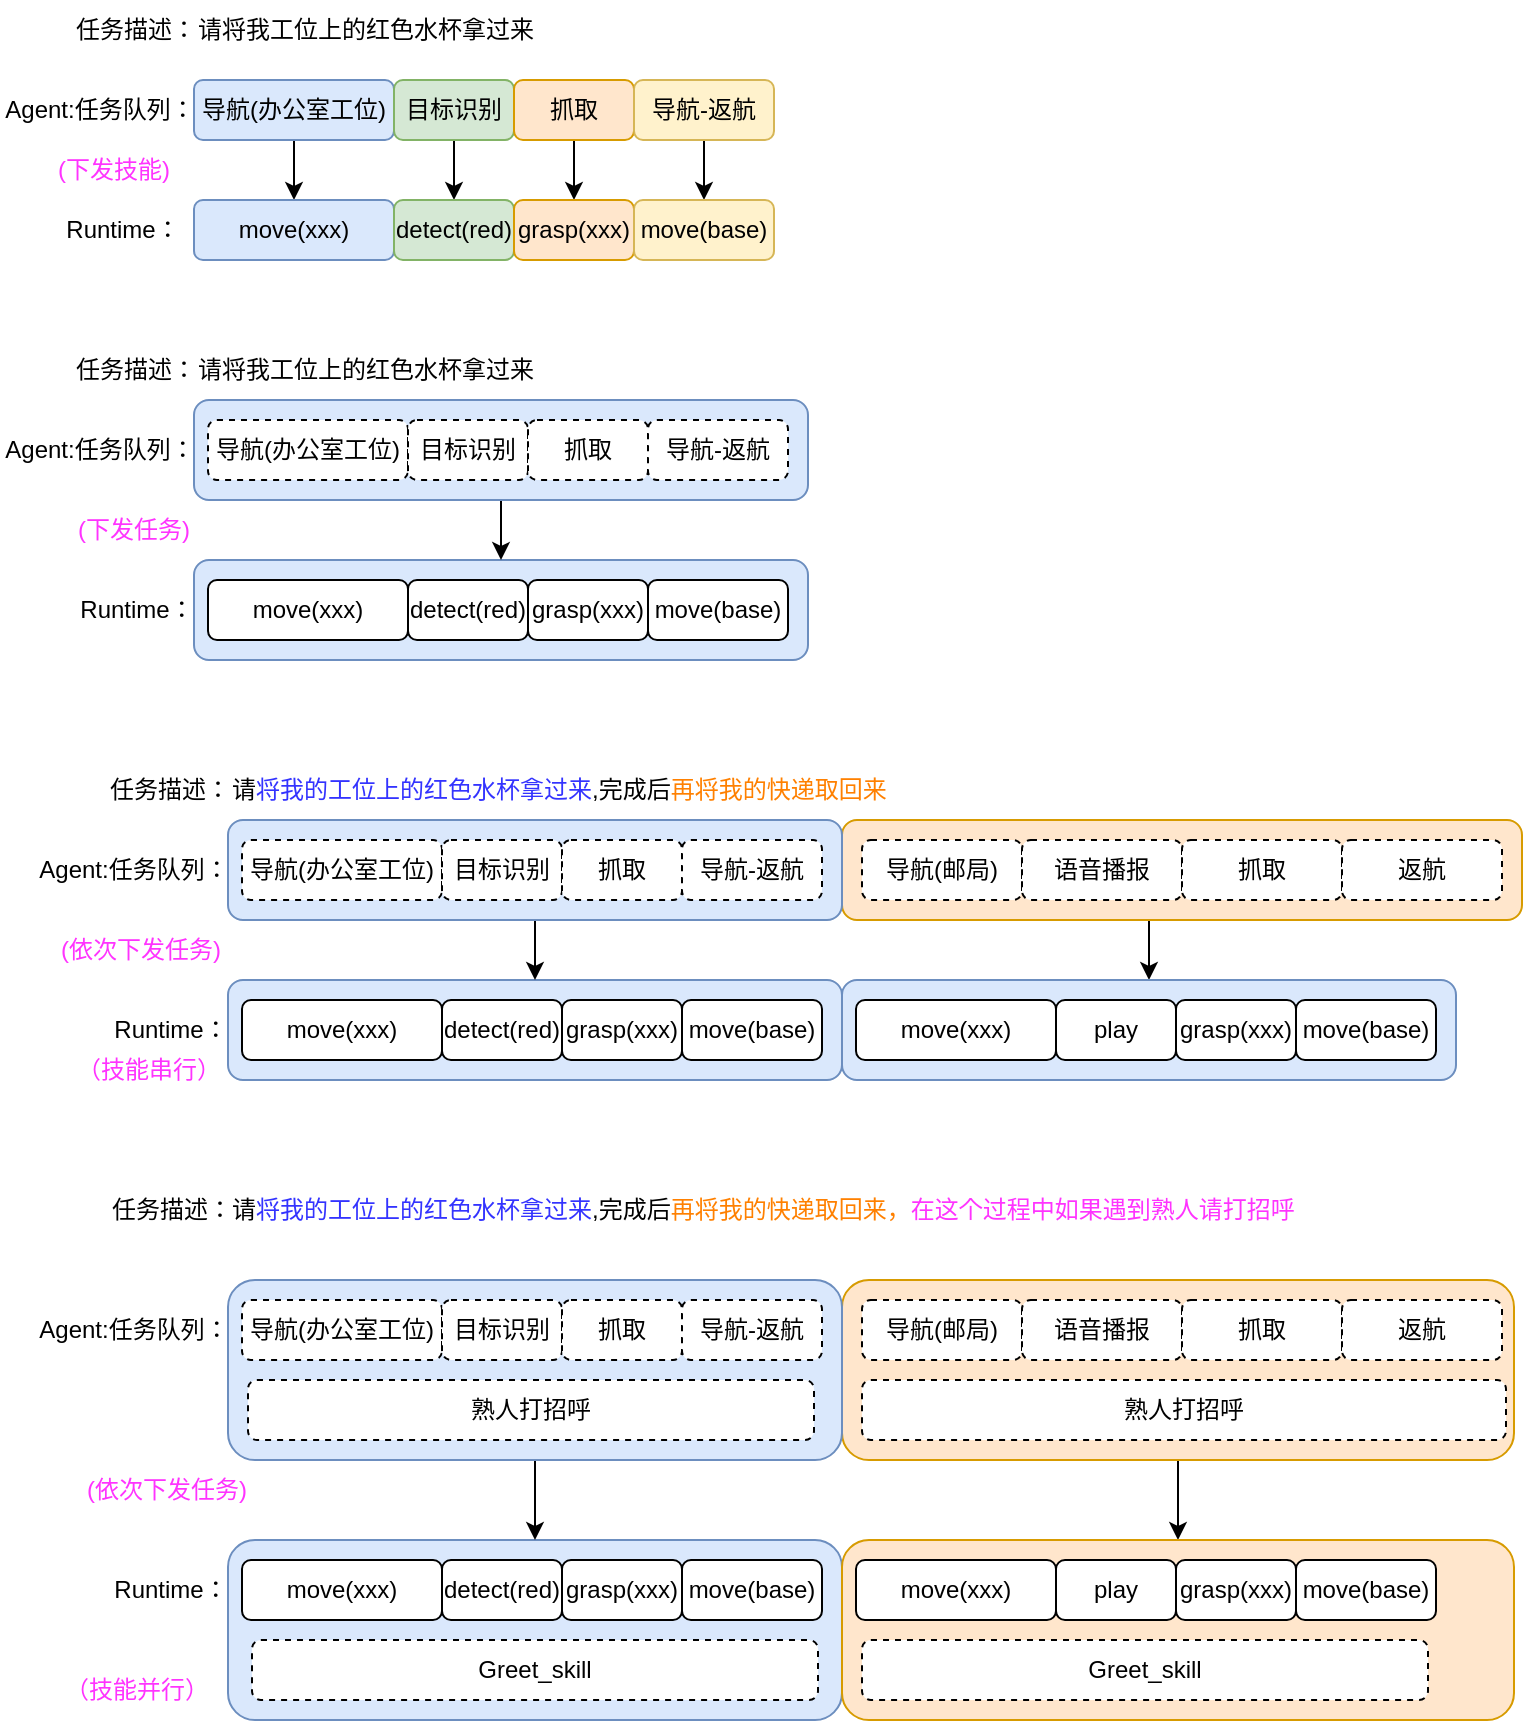
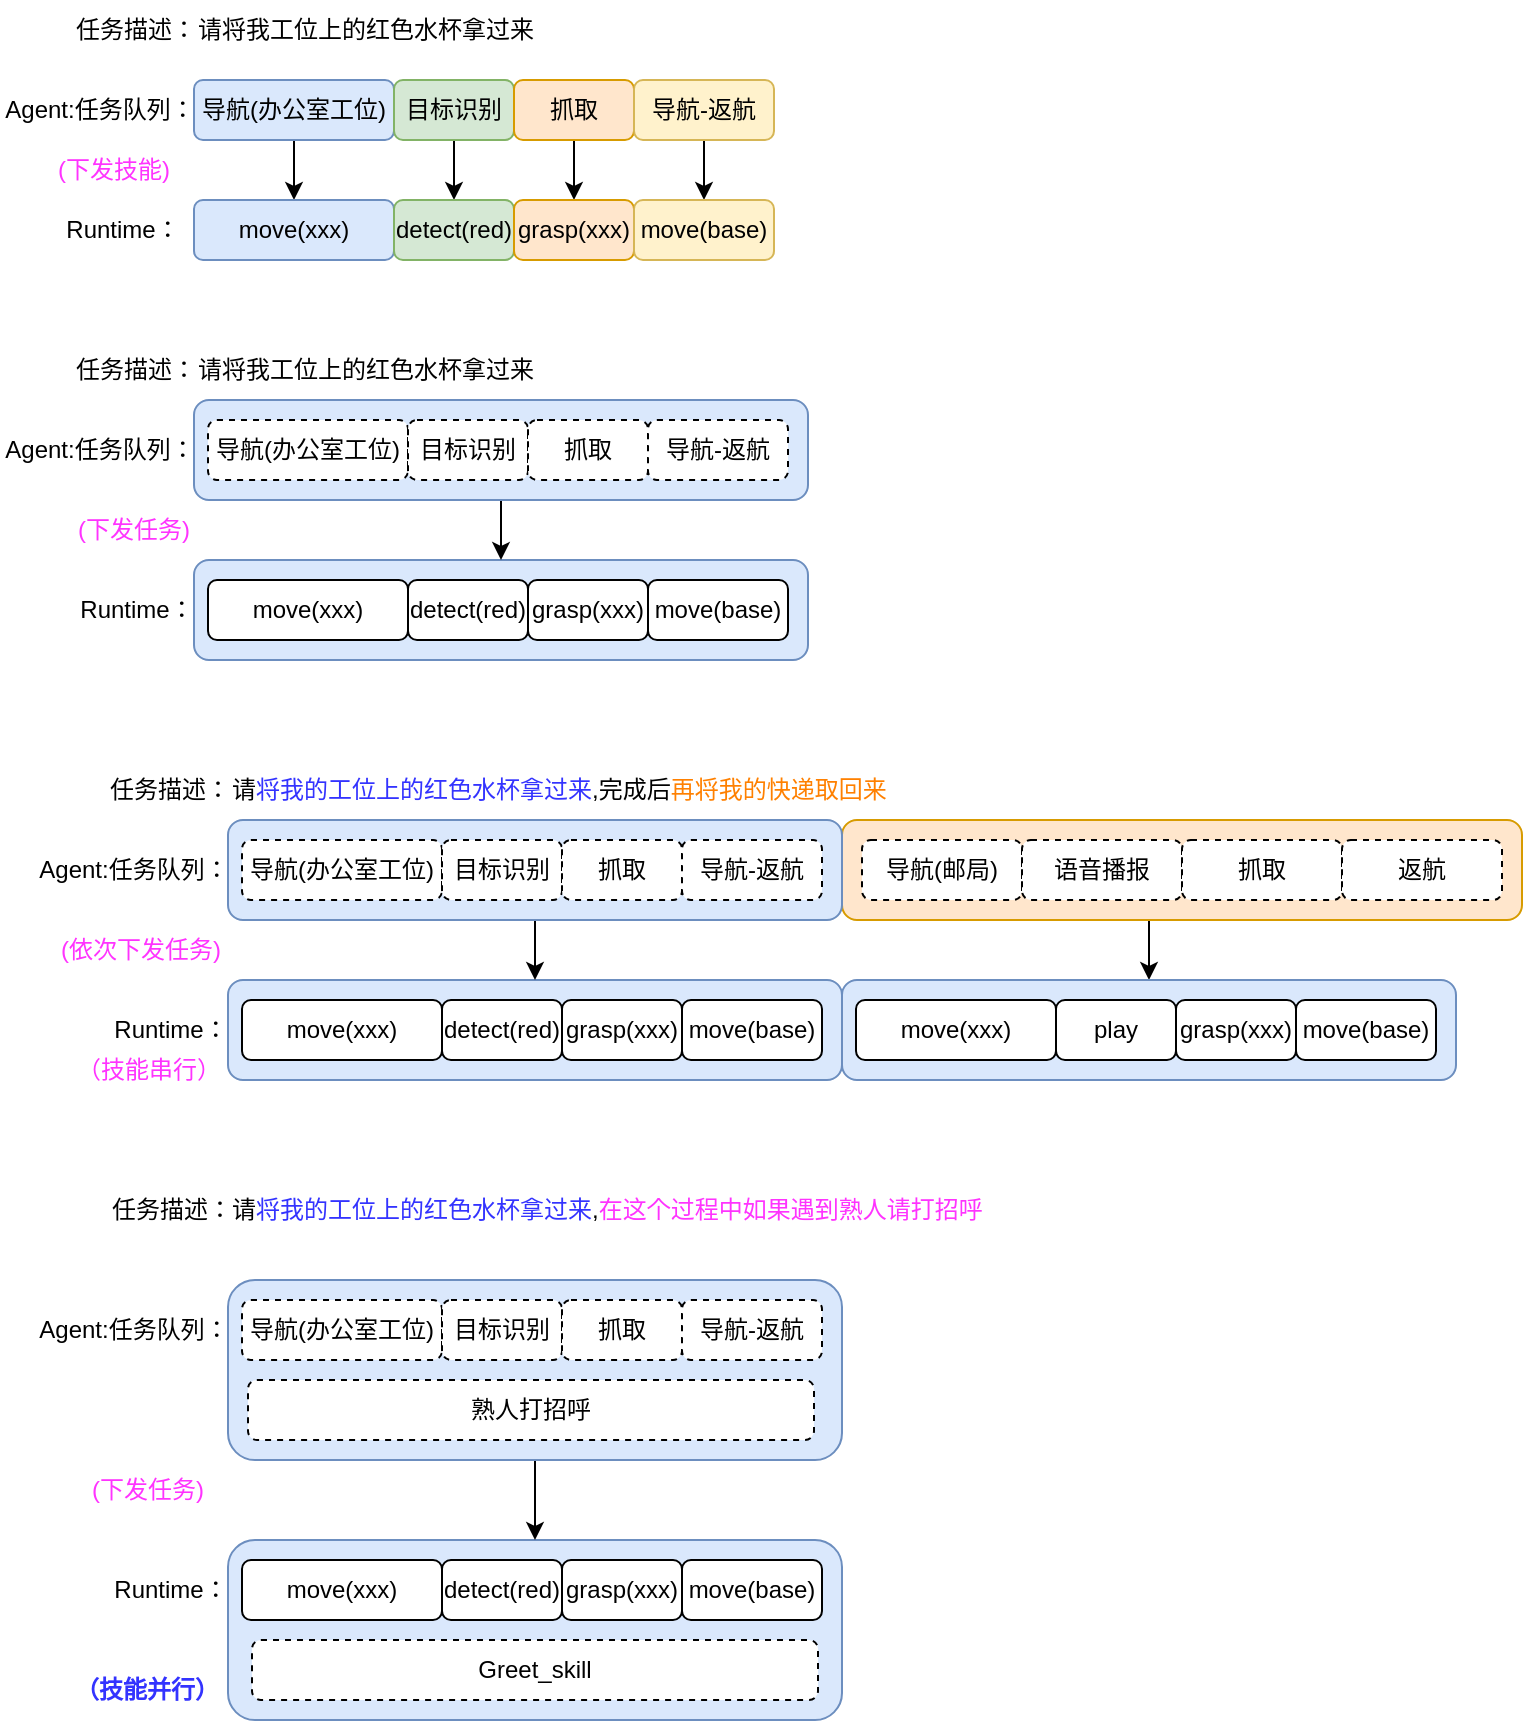
<mxfile host="app.diagrams.net">
  <diagram name="第 1 页" id="AqDmRzZVIJ-5uyctXJOA">
    <mxGraphModel dx="1120" dy="637" grid="1" gridSize="10" guides="1" tooltips="1" connect="1" arrows="1" fold="1" page="1" pageScale="1" pageWidth="2339" pageHeight="3300" math="0" shadow="0">
      <root>
        <mxCell id="0" />
        <mxCell id="1" parent="0" />
        <mxCell id="TX6EBbOIm9mCNyf-wsjQ-69" edge="1" parent="1" source="TX6EBbOIm9mCNyf-wsjQ-63" style="edgeStyle=orthogonalEdgeStyle;rounded=0;orthogonalLoop=1;jettySize=auto;html=1;exitX=0.5;exitY=1;exitDx=0;exitDy=0;entryX=0.5;entryY=0;entryDx=0;entryDy=0;" target="TX6EBbOIm9mCNyf-wsjQ-64">
          <mxGeometry relative="1" as="geometry" />
        </mxCell>
        <mxCell id="TX6EBbOIm9mCNyf-wsjQ-63" parent="1" style="rounded=1;whiteSpace=wrap;html=1;fillColor=#ffe6cc;strokeColor=#d79b00;" value="" vertex="1">
          <mxGeometry height="50" width="340" x="444" y="740" as="geometry" />
        </mxCell>
        <mxCell id="TX6EBbOIm9mCNyf-wsjQ-37" parent="1" style="rounded=1;whiteSpace=wrap;html=1;fillColor=#dae8fc;strokeColor=#6c8ebf;" value="" vertex="1">
          <mxGeometry height="50" width="307" x="120" y="610" as="geometry" />
        </mxCell>
        <mxCell id="TX6EBbOIm9mCNyf-wsjQ-38" edge="1" parent="1" source="TX6EBbOIm9mCNyf-wsjQ-36" style="edgeStyle=orthogonalEdgeStyle;rounded=0;orthogonalLoop=1;jettySize=auto;html=1;exitX=0.5;exitY=1;exitDx=0;exitDy=0;entryX=0.5;entryY=0;entryDx=0;entryDy=0;" target="TX6EBbOIm9mCNyf-wsjQ-37">
          <mxGeometry relative="1" as="geometry" />
        </mxCell>
        <mxCell id="TX6EBbOIm9mCNyf-wsjQ-36" parent="1" style="rounded=1;whiteSpace=wrap;html=1;fillColor=#dae8fc;strokeColor=#6c8ebf;" value="" vertex="1">
          <mxGeometry height="50" width="307" x="120" y="530" as="geometry" />
        </mxCell>
        <mxCell id="TX6EBbOIm9mCNyf-wsjQ-15" edge="1" parent="1" source="TX6EBbOIm9mCNyf-wsjQ-1" style="edgeStyle=orthogonalEdgeStyle;rounded=0;orthogonalLoop=1;jettySize=auto;html=1;exitX=0.5;exitY=1;exitDx=0;exitDy=0;entryX=0.5;entryY=0;entryDx=0;entryDy=0;" target="TX6EBbOIm9mCNyf-wsjQ-11">
          <mxGeometry relative="1" as="geometry" />
        </mxCell>
        <mxCell id="TX6EBbOIm9mCNyf-wsjQ-1" parent="1" style="rounded=1;whiteSpace=wrap;html=1;fillColor=#dae8fc;strokeColor=#6c8ebf;" value="导航(办公室工位)" vertex="1">
          <mxGeometry height="30" width="100" x="120" y="370" as="geometry" />
        </mxCell>
        <mxCell id="TX6EBbOIm9mCNyf-wsjQ-2" parent="1" style="text;html=1;whiteSpace=wrap;strokeColor=none;fillColor=none;align=center;verticalAlign=middle;rounded=0;" value="Agent:任务队列：" vertex="1">
          <mxGeometry height="30" width="100" x="23" y="370" as="geometry" />
        </mxCell>
        <mxCell id="TX6EBbOIm9mCNyf-wsjQ-3" parent="1" style="text;html=1;whiteSpace=wrap;strokeColor=none;fillColor=none;align=center;verticalAlign=middle;rounded=0;" value="任务描述：" vertex="1">
          <mxGeometry height="30" width="70" x="56" y="330" as="geometry" />
        </mxCell>
        <mxCell id="TX6EBbOIm9mCNyf-wsjQ-4" parent="1" style="text;html=1;whiteSpace=wrap;strokeColor=none;fillColor=none;align=left;verticalAlign=middle;rounded=0;" value="请将我工位上的红色水杯拿过来" vertex="1">
          <mxGeometry height="30" width="220" x="120" y="330" as="geometry" />
        </mxCell>
        <mxCell id="TX6EBbOIm9mCNyf-wsjQ-16" edge="1" parent="1" source="TX6EBbOIm9mCNyf-wsjQ-5" style="edgeStyle=orthogonalEdgeStyle;rounded=0;orthogonalLoop=1;jettySize=auto;html=1;exitX=0.5;exitY=1;exitDx=0;exitDy=0;entryX=0.5;entryY=0;entryDx=0;entryDy=0;" target="TX6EBbOIm9mCNyf-wsjQ-12">
          <mxGeometry relative="1" as="geometry" />
        </mxCell>
        <mxCell id="TX6EBbOIm9mCNyf-wsjQ-5" parent="1" style="rounded=1;whiteSpace=wrap;html=1;fillColor=#d5e8d4;strokeColor=#82b366;" value="目标识别" vertex="1">
          <mxGeometry height="30" width="60" x="220" y="370" as="geometry" />
        </mxCell>
        <mxCell id="TX6EBbOIm9mCNyf-wsjQ-17" edge="1" parent="1" source="TX6EBbOIm9mCNyf-wsjQ-6" style="edgeStyle=orthogonalEdgeStyle;rounded=0;orthogonalLoop=1;jettySize=auto;html=1;exitX=0.5;exitY=1;exitDx=0;exitDy=0;entryX=0.5;entryY=0;entryDx=0;entryDy=0;" target="TX6EBbOIm9mCNyf-wsjQ-13">
          <mxGeometry relative="1" as="geometry" />
        </mxCell>
        <mxCell id="TX6EBbOIm9mCNyf-wsjQ-6" parent="1" style="rounded=1;whiteSpace=wrap;html=1;fillColor=#ffe6cc;strokeColor=#d79b00;" value="抓取" vertex="1">
          <mxGeometry height="30" width="60" x="280" y="370" as="geometry" />
        </mxCell>
        <mxCell id="TX6EBbOIm9mCNyf-wsjQ-18" edge="1" parent="1" source="TX6EBbOIm9mCNyf-wsjQ-7" style="edgeStyle=orthogonalEdgeStyle;rounded=0;orthogonalLoop=1;jettySize=auto;html=1;exitX=0.5;exitY=1;exitDx=0;exitDy=0;entryX=0.5;entryY=0;entryDx=0;entryDy=0;" target="TX6EBbOIm9mCNyf-wsjQ-14">
          <mxGeometry relative="1" as="geometry" />
        </mxCell>
        <mxCell id="TX6EBbOIm9mCNyf-wsjQ-7" parent="1" style="rounded=1;whiteSpace=wrap;html=1;fillColor=#fff2cc;strokeColor=#d6b656;" value="导航-返航" vertex="1">
          <mxGeometry height="30" width="70" x="340" y="370" as="geometry" />
        </mxCell>
        <mxCell id="TX6EBbOIm9mCNyf-wsjQ-8" parent="1" style="text;html=1;whiteSpace=wrap;strokeColor=none;fillColor=none;align=center;verticalAlign=middle;rounded=0;" value="Runtime：" vertex="1">
          <mxGeometry height="30" width="57" x="56" y="430" as="geometry" />
        </mxCell>
        <mxCell id="TX6EBbOIm9mCNyf-wsjQ-11" parent="1" style="rounded=1;whiteSpace=wrap;html=1;fillColor=#dae8fc;strokeColor=#6c8ebf;" value="move(xxx)" vertex="1">
          <mxGeometry height="30" width="100" x="120" y="430" as="geometry" />
        </mxCell>
        <mxCell id="TX6EBbOIm9mCNyf-wsjQ-12" parent="1" style="rounded=1;whiteSpace=wrap;html=1;fillColor=#d5e8d4;strokeColor=#82b366;" value="detect(red)" vertex="1">
          <mxGeometry height="30" width="60" x="220" y="430" as="geometry" />
        </mxCell>
        <mxCell id="TX6EBbOIm9mCNyf-wsjQ-13" parent="1" style="rounded=1;whiteSpace=wrap;html=1;fillColor=#ffe6cc;strokeColor=#d79b00;" value="grasp(xxx)" vertex="1">
          <mxGeometry height="30" width="60" x="280" y="430" as="geometry" />
        </mxCell>
        <mxCell id="TX6EBbOIm9mCNyf-wsjQ-14" parent="1" style="rounded=1;whiteSpace=wrap;html=1;fillColor=#fff2cc;strokeColor=#d6b656;" value="move(base)" vertex="1">
          <mxGeometry height="30" width="70" x="340" y="430" as="geometry" />
        </mxCell>
        <mxCell id="TX6EBbOIm9mCNyf-wsjQ-19" parent="1" style="text;html=1;whiteSpace=wrap;strokeColor=none;fillColor=none;align=left;verticalAlign=middle;rounded=0;" value="请将我工位上的红色水杯拿过来" vertex="1">
          <mxGeometry height="30" width="220" x="120" y="500" as="geometry" />
        </mxCell>
        <mxCell id="TX6EBbOIm9mCNyf-wsjQ-20" parent="1" style="text;html=1;whiteSpace=wrap;strokeColor=none;fillColor=none;align=center;verticalAlign=middle;rounded=0;" value="任务描述：" vertex="1">
          <mxGeometry height="30" width="70" x="56" y="500" as="geometry" />
        </mxCell>
        <mxCell id="TX6EBbOIm9mCNyf-wsjQ-22" parent="1" style="rounded=1;whiteSpace=wrap;html=1;dashed=1;" value="导航(办公室工位)" vertex="1">
          <mxGeometry height="30" width="100" x="127" y="540" as="geometry" />
        </mxCell>
        <mxCell id="TX6EBbOIm9mCNyf-wsjQ-23" parent="1" style="text;html=1;whiteSpace=wrap;strokeColor=none;fillColor=none;align=center;verticalAlign=middle;rounded=0;" value="Agent:任务队列：" vertex="1">
          <mxGeometry height="30" width="100" x="23" y="540" as="geometry" />
        </mxCell>
        <mxCell id="TX6EBbOIm9mCNyf-wsjQ-25" parent="1" style="rounded=1;whiteSpace=wrap;html=1;dashed=1;" value="目标识别" vertex="1">
          <mxGeometry height="30" width="60" x="227" y="540" as="geometry" />
        </mxCell>
        <mxCell id="TX6EBbOIm9mCNyf-wsjQ-27" parent="1" style="rounded=1;whiteSpace=wrap;html=1;dashed=1;" value="抓取" vertex="1">
          <mxGeometry height="30" width="60" x="287" y="540" as="geometry" />
        </mxCell>
        <mxCell id="TX6EBbOIm9mCNyf-wsjQ-29" parent="1" style="rounded=1;whiteSpace=wrap;html=1;dashed=1;" value="导航-返航" vertex="1">
          <mxGeometry height="30" width="70" x="347" y="540" as="geometry" />
        </mxCell>
        <mxCell id="TX6EBbOIm9mCNyf-wsjQ-30" parent="1" style="text;html=1;whiteSpace=wrap;strokeColor=none;fillColor=none;align=center;verticalAlign=middle;rounded=0;" value="Runtime：" vertex="1">
          <mxGeometry height="30" width="57" x="62.5" y="620" as="geometry" />
        </mxCell>
        <mxCell id="TX6EBbOIm9mCNyf-wsjQ-31" parent="1" style="rounded=1;whiteSpace=wrap;html=1;" value="move(xxx)" vertex="1">
          <mxGeometry height="30" width="100" x="127" y="620" as="geometry" />
        </mxCell>
        <mxCell id="TX6EBbOIm9mCNyf-wsjQ-32" parent="1" style="rounded=1;whiteSpace=wrap;html=1;" value="detect(red)" vertex="1">
          <mxGeometry height="30" width="60" x="227" y="620" as="geometry" />
        </mxCell>
        <mxCell id="TX6EBbOIm9mCNyf-wsjQ-33" parent="1" style="rounded=1;whiteSpace=wrap;html=1;" value="grasp(xxx)" vertex="1">
          <mxGeometry height="30" width="60" x="287" y="620" as="geometry" />
        </mxCell>
        <mxCell id="TX6EBbOIm9mCNyf-wsjQ-34" parent="1" style="rounded=1;whiteSpace=wrap;html=1;" value="move(base)" vertex="1">
          <mxGeometry height="30" width="70" x="347" y="620" as="geometry" />
        </mxCell>
        <mxCell id="TX6EBbOIm9mCNyf-wsjQ-35" parent="1" style="text;html=1;whiteSpace=wrap;strokeColor=none;fillColor=none;align=center;verticalAlign=middle;rounded=0;fontColor=#FF33FF;" value="(下发技能)" vertex="1">
          <mxGeometry height="30" width="60" x="50" y="400" as="geometry" />
        </mxCell>
        <mxCell id="TX6EBbOIm9mCNyf-wsjQ-39" parent="1" style="text;html=1;whiteSpace=wrap;strokeColor=none;fillColor=none;align=center;verticalAlign=middle;rounded=0;fontColor=#FF33FF;" value="(下发任务)" vertex="1">
          <mxGeometry height="30" width="60" x="59.5" y="580" as="geometry" />
        </mxCell>
        <mxCell id="TX6EBbOIm9mCNyf-wsjQ-40" parent="1" style="rounded=1;whiteSpace=wrap;html=1;fillColor=#dae8fc;strokeColor=#6c8ebf;" value="" vertex="1">
          <mxGeometry height="50" width="307" x="137" y="820" as="geometry" />
        </mxCell>
        <mxCell id="TX6EBbOIm9mCNyf-wsjQ-41" edge="1" parent="1" source="TX6EBbOIm9mCNyf-wsjQ-42" style="edgeStyle=orthogonalEdgeStyle;rounded=0;orthogonalLoop=1;jettySize=auto;html=1;exitX=0.5;exitY=1;exitDx=0;exitDy=0;entryX=0.5;entryY=0;entryDx=0;entryDy=0;" target="TX6EBbOIm9mCNyf-wsjQ-40">
          <mxGeometry relative="1" as="geometry" />
        </mxCell>
        <mxCell id="TX6EBbOIm9mCNyf-wsjQ-42" parent="1" style="rounded=1;whiteSpace=wrap;html=1;fillColor=#dae8fc;strokeColor=#6c8ebf;" value="" vertex="1">
          <mxGeometry height="50" width="307" x="137" y="740" as="geometry" />
        </mxCell>
        <mxCell id="TX6EBbOIm9mCNyf-wsjQ-43" parent="1" style="text;html=1;whiteSpace=wrap;strokeColor=none;fillColor=none;align=left;verticalAlign=middle;rounded=0;" value="请&lt;font style=&quot;color: rgb(51, 51, 255);&quot;&gt;将我的工位上的红色水杯拿过来&lt;/font&gt;,完成后&lt;font style=&quot;color: rgb(255, 128, 0);&quot;&gt;再将我的快递取回来&lt;/font&gt;" vertex="1">
          <mxGeometry height="30" width="373" x="137" y="710" as="geometry" />
        </mxCell>
        <mxCell id="TX6EBbOIm9mCNyf-wsjQ-44" parent="1" style="text;html=1;whiteSpace=wrap;strokeColor=none;fillColor=none;align=center;verticalAlign=middle;rounded=0;" value="任务描述：" vertex="1">
          <mxGeometry height="30" width="70" x="73" y="710" as="geometry" />
        </mxCell>
        <mxCell id="TX6EBbOIm9mCNyf-wsjQ-45" parent="1" style="rounded=1;whiteSpace=wrap;html=1;dashed=1;" value="导航(办公室工位)" vertex="1">
          <mxGeometry height="30" width="100" x="144" y="750" as="geometry" />
        </mxCell>
        <mxCell id="TX6EBbOIm9mCNyf-wsjQ-46" parent="1" style="text;html=1;whiteSpace=wrap;strokeColor=none;fillColor=none;align=center;verticalAlign=middle;rounded=0;" value="Agent:任务队列：" vertex="1">
          <mxGeometry height="30" width="100" x="40" y="750" as="geometry" />
        </mxCell>
        <mxCell id="TX6EBbOIm9mCNyf-wsjQ-47" parent="1" style="rounded=1;whiteSpace=wrap;html=1;dashed=1;" value="目标识别" vertex="1">
          <mxGeometry height="30" width="60" x="244" y="750" as="geometry" />
        </mxCell>
        <mxCell id="TX6EBbOIm9mCNyf-wsjQ-48" parent="1" style="rounded=1;whiteSpace=wrap;html=1;dashed=1;" value="抓取" vertex="1">
          <mxGeometry height="30" width="60" x="304" y="750" as="geometry" />
        </mxCell>
        <mxCell id="TX6EBbOIm9mCNyf-wsjQ-49" parent="1" style="rounded=1;whiteSpace=wrap;html=1;dashed=1;" value="导航-返航" vertex="1">
          <mxGeometry height="30" width="70" x="364" y="750" as="geometry" />
        </mxCell>
        <mxCell id="TX6EBbOIm9mCNyf-wsjQ-50" parent="1" style="text;html=1;whiteSpace=wrap;strokeColor=none;fillColor=none;align=center;verticalAlign=middle;rounded=0;" value="Runtime：" vertex="1">
          <mxGeometry height="30" width="57" x="79.5" y="830" as="geometry" />
        </mxCell>
        <mxCell id="TX6EBbOIm9mCNyf-wsjQ-51" parent="1" style="rounded=1;whiteSpace=wrap;html=1;" value="move(xxx)" vertex="1">
          <mxGeometry height="30" width="100" x="144" y="830" as="geometry" />
        </mxCell>
        <mxCell id="TX6EBbOIm9mCNyf-wsjQ-52" parent="1" style="rounded=1;whiteSpace=wrap;html=1;" value="detect(red)" vertex="1">
          <mxGeometry height="30" width="60" x="244" y="830" as="geometry" />
        </mxCell>
        <mxCell id="TX6EBbOIm9mCNyf-wsjQ-53" parent="1" style="rounded=1;whiteSpace=wrap;html=1;" value="grasp(xxx)" vertex="1">
          <mxGeometry height="30" width="60" x="304" y="830" as="geometry" />
        </mxCell>
        <mxCell id="TX6EBbOIm9mCNyf-wsjQ-54" parent="1" style="rounded=1;whiteSpace=wrap;html=1;" value="move(base)" vertex="1">
          <mxGeometry height="30" width="70" x="364" y="830" as="geometry" />
        </mxCell>
        <mxCell id="TX6EBbOIm9mCNyf-wsjQ-55" parent="1" style="text;html=1;whiteSpace=wrap;strokeColor=none;fillColor=none;align=center;verticalAlign=middle;rounded=0;fontColor=#FF33FF;" value="(依次下发任务)" vertex="1">
          <mxGeometry height="30" width="86.5" x="50" y="790" as="geometry" />
        </mxCell>
        <mxCell id="TX6EBbOIm9mCNyf-wsjQ-56" parent="1" style="rounded=1;whiteSpace=wrap;html=1;dashed=1;" value="导航(邮局)" vertex="1">
          <mxGeometry height="30" width="80" x="454" y="750" as="geometry" />
        </mxCell>
        <mxCell id="TX6EBbOIm9mCNyf-wsjQ-60" parent="1" style="rounded=1;whiteSpace=wrap;html=1;dashed=1;" value="语音播报" vertex="1">
          <mxGeometry height="30" width="80" x="534" y="750" as="geometry" />
        </mxCell>
        <mxCell id="TX6EBbOIm9mCNyf-wsjQ-61" parent="1" style="rounded=1;whiteSpace=wrap;html=1;dashed=1;" value="抓取" vertex="1">
          <mxGeometry height="30" width="80" x="614" y="750" as="geometry" />
        </mxCell>
        <mxCell id="TX6EBbOIm9mCNyf-wsjQ-62" parent="1" style="rounded=1;whiteSpace=wrap;html=1;dashed=1;" value="返航" vertex="1">
          <mxGeometry height="30" width="80" x="694" y="750" as="geometry" />
        </mxCell>
        <mxCell id="TX6EBbOIm9mCNyf-wsjQ-64" parent="1" style="rounded=1;whiteSpace=wrap;html=1;fillColor=#dae8fc;strokeColor=#6c8ebf;" value="" vertex="1">
          <mxGeometry height="50" width="307" x="444" y="820" as="geometry" />
        </mxCell>
        <mxCell id="TX6EBbOIm9mCNyf-wsjQ-65" parent="1" style="rounded=1;whiteSpace=wrap;html=1;" value="move(xxx)" vertex="1">
          <mxGeometry height="30" width="100" x="451" y="830" as="geometry" />
        </mxCell>
        <mxCell id="TX6EBbOIm9mCNyf-wsjQ-66" parent="1" style="rounded=1;whiteSpace=wrap;html=1;" value="play" vertex="1">
          <mxGeometry height="30" width="60" x="551" y="830" as="geometry" />
        </mxCell>
        <mxCell id="TX6EBbOIm9mCNyf-wsjQ-67" parent="1" style="rounded=1;whiteSpace=wrap;html=1;" value="grasp(xxx)" vertex="1">
          <mxGeometry height="30" width="60" x="611" y="830" as="geometry" />
        </mxCell>
        <mxCell id="TX6EBbOIm9mCNyf-wsjQ-68" parent="1" style="rounded=1;whiteSpace=wrap;html=1;" value="move(base)" vertex="1">
          <mxGeometry height="30" width="70" x="671" y="830" as="geometry" />
        </mxCell>
-         <mxCell id="TX6EBbOIm9mCNyf-wsjQ-70" parent="1" style="text;html=1;whiteSpace=wrap;strokeColor=none;fillColor=none;align=left;verticalAlign=middle;rounded=0;" value="请&lt;font style=&quot;color: rgb(51, 51, 255);&quot;&gt;将我的工位上的红色水杯拿过来&lt;/font&gt;,完成后&lt;font style=&quot;color: rgb(255, 128, 0);&quot;&gt;再将我的快递取回来，&lt;/font&gt;&lt;font style=&quot;color: rgb(255, 51, 255);&quot;&gt;在这个过程中如果遇到熟人请打招呼&lt;/font&gt;" vertex="1">
+         <mxCell id="TX6EBbOIm9mCNyf-wsjQ-70" parent="1" style="text;html=1;whiteSpace=wrap;strokeColor=none;fillColor=none;align=left;verticalAlign=middle;rounded=0;" value="请&lt;font style=&quot;color: rgb(51, 51, 255);&quot;&gt;将我的工位上的红色水杯拿过来&lt;/font&gt;,&lt;font style=&quot;color: rgb(255, 51, 255);&quot;&gt;在这个过程中如果遇到熟人请打招呼&lt;/font&gt;" vertex="1">
          <mxGeometry height="30" width="583" x="137" y="920" as="geometry" />
        </mxCell>
        <mxCell id="TX6EBbOIm9mCNyf-wsjQ-71" parent="1" style="text;html=1;whiteSpace=wrap;strokeColor=none;fillColor=none;align=center;verticalAlign=middle;rounded=0;" value="任务描述：" vertex="1">
          <mxGeometry height="30" width="70" x="74" y="920" as="geometry" />
        </mxCell>
-         <mxCell id="TX6EBbOIm9mCNyf-wsjQ-104" edge="1" parent="1" source="TX6EBbOIm9mCNyf-wsjQ-73" style="edgeStyle=orthogonalEdgeStyle;rounded=0;orthogonalLoop=1;jettySize=auto;html=1;exitX=0.5;exitY=1;exitDx=0;exitDy=0;entryX=0.5;entryY=0;entryDx=0;entryDy=0;" target="TX6EBbOIm9mCNyf-wsjQ-94">
-           <mxGeometry relative="1" as="geometry" />
-         </mxCell>
-         <mxCell id="TX6EBbOIm9mCNyf-wsjQ-73" parent="1" style="rounded=1;whiteSpace=wrap;html=1;fillColor=#ffe6cc;strokeColor=#d79b00;" value="" vertex="1">
-           <mxGeometry height="90" width="336" x="444" y="970" as="geometry" />
-         </mxCell>
        <mxCell id="TX6EBbOIm9mCNyf-wsjQ-74" parent="1" style="rounded=1;whiteSpace=wrap;html=1;fillColor=#dae8fc;strokeColor=#6c8ebf;" value="" vertex="1">
          <mxGeometry height="90" width="307" x="137" y="1100" as="geometry" />
        </mxCell>
        <mxCell id="TX6EBbOIm9mCNyf-wsjQ-103" edge="1" parent="1" source="TX6EBbOIm9mCNyf-wsjQ-76" style="edgeStyle=orthogonalEdgeStyle;rounded=0;orthogonalLoop=1;jettySize=auto;html=1;exitX=0.5;exitY=1;exitDx=0;exitDy=0;entryX=0.5;entryY=0;entryDx=0;entryDy=0;" target="TX6EBbOIm9mCNyf-wsjQ-74">
          <mxGeometry relative="1" as="geometry" />
        </mxCell>
        <mxCell id="TX6EBbOIm9mCNyf-wsjQ-76" parent="1" style="rounded=1;whiteSpace=wrap;html=1;fillColor=#dae8fc;strokeColor=#6c8ebf;" value="" vertex="1">
          <mxGeometry height="90" width="307" x="137" y="970" as="geometry" />
        </mxCell>
        <mxCell id="TX6EBbOIm9mCNyf-wsjQ-79" parent="1" style="rounded=1;whiteSpace=wrap;html=1;dashed=1;" value="导航(办公室工位)" vertex="1">
          <mxGeometry height="30" width="100" x="144" y="980" as="geometry" />
        </mxCell>
        <mxCell id="TX6EBbOIm9mCNyf-wsjQ-80" parent="1" style="text;html=1;whiteSpace=wrap;strokeColor=none;fillColor=none;align=center;verticalAlign=middle;rounded=0;" value="Agent:任务队列：" vertex="1">
          <mxGeometry height="30" width="100" x="40" y="980" as="geometry" />
        </mxCell>
        <mxCell id="TX6EBbOIm9mCNyf-wsjQ-81" parent="1" style="rounded=1;whiteSpace=wrap;html=1;dashed=1;" value="目标识别" vertex="1">
          <mxGeometry height="30" width="60" x="244" y="980" as="geometry" />
        </mxCell>
        <mxCell id="TX6EBbOIm9mCNyf-wsjQ-82" parent="1" style="rounded=1;whiteSpace=wrap;html=1;dashed=1;" value="抓取" vertex="1">
          <mxGeometry height="30" width="60" x="304" y="980" as="geometry" />
        </mxCell>
        <mxCell id="TX6EBbOIm9mCNyf-wsjQ-83" parent="1" style="rounded=1;whiteSpace=wrap;html=1;dashed=1;" value="导航-返航" vertex="1">
          <mxGeometry height="30" width="70" x="364" y="980" as="geometry" />
        </mxCell>
        <mxCell id="TX6EBbOIm9mCNyf-wsjQ-84" parent="1" style="text;html=1;whiteSpace=wrap;strokeColor=none;fillColor=none;align=center;verticalAlign=middle;rounded=0;" value="Runtime：" vertex="1">
          <mxGeometry height="30" width="57" x="79.5" y="1110" as="geometry" />
        </mxCell>
        <mxCell id="TX6EBbOIm9mCNyf-wsjQ-85" parent="1" style="rounded=1;whiteSpace=wrap;html=1;" value="move(xxx)" vertex="1">
          <mxGeometry height="30" width="100" x="144" y="1110" as="geometry" />
        </mxCell>
        <mxCell id="TX6EBbOIm9mCNyf-wsjQ-86" parent="1" style="rounded=1;whiteSpace=wrap;html=1;" value="detect(red)" vertex="1">
          <mxGeometry height="30" width="60" x="244" y="1110" as="geometry" />
        </mxCell>
        <mxCell id="TX6EBbOIm9mCNyf-wsjQ-87" parent="1" style="rounded=1;whiteSpace=wrap;html=1;" value="grasp(xxx)" vertex="1">
          <mxGeometry height="30" width="60" x="304" y="1110" as="geometry" />
        </mxCell>
        <mxCell id="TX6EBbOIm9mCNyf-wsjQ-88" parent="1" style="rounded=1;whiteSpace=wrap;html=1;" value="move(base)" vertex="1">
          <mxGeometry height="30" width="70" x="364" y="1110" as="geometry" />
        </mxCell>
-         <mxCell id="TX6EBbOIm9mCNyf-wsjQ-89" parent="1" style="text;html=1;whiteSpace=wrap;strokeColor=none;fillColor=none;align=center;verticalAlign=middle;rounded=0;fontColor=#FF33FF;" value="(依次下发任务)" vertex="1">
-           <mxGeometry height="30" width="86.5" x="62.5" y="1060" as="geometry" />
-         </mxCell>
-         <mxCell id="TX6EBbOIm9mCNyf-wsjQ-90" parent="1" style="rounded=1;whiteSpace=wrap;html=1;dashed=1;" value="导航(邮局)" vertex="1">
-           <mxGeometry height="30" width="80" x="454" y="980" as="geometry" />
-         </mxCell>
-         <mxCell id="TX6EBbOIm9mCNyf-wsjQ-91" parent="1" style="rounded=1;whiteSpace=wrap;html=1;dashed=1;" value="语音播报" vertex="1">
-           <mxGeometry height="30" width="80" x="534" y="980" as="geometry" />
-         </mxCell>
-         <mxCell id="TX6EBbOIm9mCNyf-wsjQ-92" parent="1" style="rounded=1;whiteSpace=wrap;html=1;dashed=1;" value="抓取" vertex="1">
-           <mxGeometry height="30" width="80" x="614" y="980" as="geometry" />
-         </mxCell>
-         <mxCell id="TX6EBbOIm9mCNyf-wsjQ-93" parent="1" style="rounded=1;whiteSpace=wrap;html=1;dashed=1;" value="返航" vertex="1">
-           <mxGeometry height="30" width="80" x="694" y="980" as="geometry" />
-         </mxCell>
-         <mxCell id="TX6EBbOIm9mCNyf-wsjQ-94" parent="1" style="rounded=1;whiteSpace=wrap;html=1;fillColor=#ffe6cc;strokeColor=#d79b00;" value="" vertex="1">
-           <mxGeometry height="90" width="336" x="444" y="1100" as="geometry" />
-         </mxCell>
-         <mxCell id="TX6EBbOIm9mCNyf-wsjQ-95" parent="1" style="rounded=1;whiteSpace=wrap;html=1;" value="move(xxx)" vertex="1">
-           <mxGeometry height="30" width="100" x="451" y="1110" as="geometry" />
-         </mxCell>
-         <mxCell id="TX6EBbOIm9mCNyf-wsjQ-96" parent="1" style="rounded=1;whiteSpace=wrap;html=1;" value="play" vertex="1">
-           <mxGeometry height="30" width="60" x="551" y="1110" as="geometry" />
-         </mxCell>
-         <mxCell id="TX6EBbOIm9mCNyf-wsjQ-97" parent="1" style="rounded=1;whiteSpace=wrap;html=1;" value="grasp(xxx)" vertex="1">
-           <mxGeometry height="30" width="60" x="611" y="1110" as="geometry" />
-         </mxCell>
-         <mxCell id="TX6EBbOIm9mCNyf-wsjQ-98" parent="1" style="rounded=1;whiteSpace=wrap;html=1;" value="move(base)" vertex="1">
-           <mxGeometry height="30" width="70" x="671" y="1110" as="geometry" />
+         <mxCell id="TX6EBbOIm9mCNyf-wsjQ-89" parent="1" style="text;html=1;whiteSpace=wrap;strokeColor=none;fillColor=none;align=center;verticalAlign=middle;rounded=0;fontColor=#FF33FF;" value="(下发任务)" vertex="1">
+           <mxGeometry height="30" width="67.5" x="62.5" y="1060" as="geometry" />
        </mxCell>
        <mxCell id="TX6EBbOIm9mCNyf-wsjQ-99" parent="1" style="rounded=1;whiteSpace=wrap;html=1;dashed=1;" value="熟人打招呼" vertex="1">
          <mxGeometry height="30" width="283" x="147" y="1020" as="geometry" />
        </mxCell>
-         <mxCell id="TX6EBbOIm9mCNyf-wsjQ-100" parent="1" style="rounded=1;whiteSpace=wrap;html=1;dashed=1;" value="熟人打招呼" vertex="1">
-           <mxGeometry height="30" width="322" x="454" y="1020" as="geometry" />
-         </mxCell>
        <mxCell id="TX6EBbOIm9mCNyf-wsjQ-101" parent="1" style="rounded=1;whiteSpace=wrap;html=1;dashed=1;" value="Greet_skill" vertex="1">
          <mxGeometry height="30" width="283" x="149" y="1150" as="geometry" />
        </mxCell>
-         <mxCell id="TX6EBbOIm9mCNyf-wsjQ-102" parent="1" style="rounded=1;whiteSpace=wrap;html=1;dashed=1;" value="Greet_skill" vertex="1">
-           <mxGeometry height="30" width="283" x="454" y="1150" as="geometry" />
-         </mxCell>
-         <mxCell id="TX6EBbOIm9mCNyf-wsjQ-105" parent="1" style="text;html=1;whiteSpace=wrap;strokeColor=none;fillColor=none;align=center;verticalAlign=middle;rounded=0;fontColor=#FF33FF;" value="（技能并行）" vertex="1">
-           <mxGeometry height="30" width="86.5" x="47.75" y="1160" as="geometry" />
+         <mxCell id="TX6EBbOIm9mCNyf-wsjQ-105" parent="1" style="text;html=1;whiteSpace=wrap;strokeColor=none;fillColor=none;align=center;verticalAlign=middle;rounded=0;fontColor=#3333FF;fontStyle=1" value="（技能并行）" vertex="1">
+           <mxGeometry height="30" width="86.5" x="53" y="1160" as="geometry" />
        </mxCell>
        <mxCell id="TX6EBbOIm9mCNyf-wsjQ-106" parent="1" style="text;html=1;whiteSpace=wrap;strokeColor=none;fillColor=none;align=center;verticalAlign=middle;rounded=0;fontColor=#FF33FF;" value="（技能串行）" vertex="1">
          <mxGeometry height="30" width="86.5" x="53.5" y="850" as="geometry" />
        </mxCell>
      </root>
    </mxGraphModel>
  </diagram>
</mxfile>
